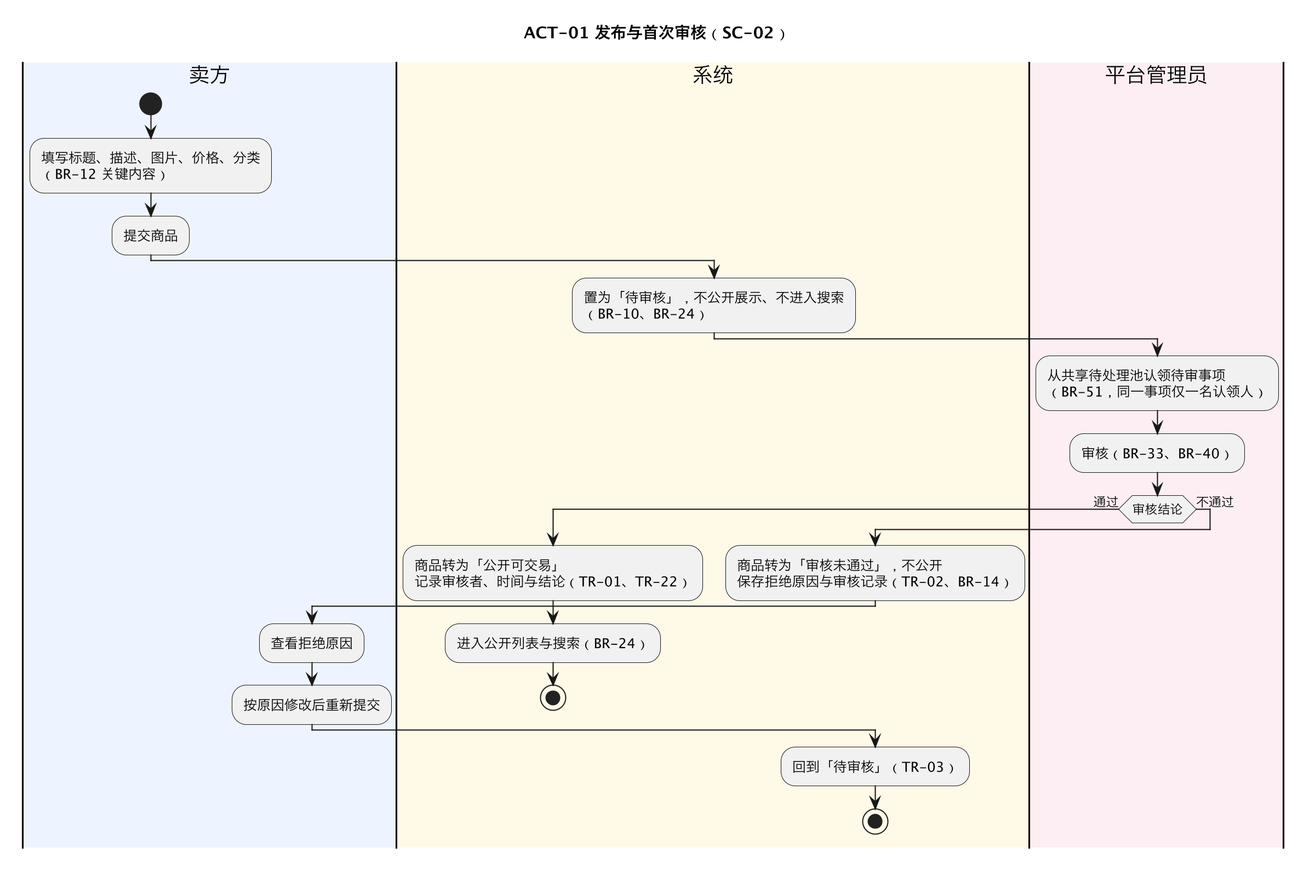
This is docs/appendices/rendered/ACT-01-发布与首次审核.png from iy88/se-course-project-1, a PlantUML export, as it was before one commit. The source it was exported from:
```plantuml
@startuml ACT-01
skinparamlocked dpi 200

title ACT-01 发布与首次审核（SC-02）

|#EEF4FF|卖方|
start
:填写标题、描述、图片、价格、分类\n（BR-12 关键内容）;
:提交商品;

|#FFF9E8|系统|
:置为「待审核」，不公开展示、不进入搜索\n（BR-10、BR-24）;

|#FDEEF4|平台管理员|
:从共享待处理池认领待审事项\n（BR-51，同一事项仅一名认领人）;
:审核（BR-33、BR-40）;

if (审核结论) then (通过)
  |#FFF9E8|系统|
  :商品转为「公开可交易」\n记录审核者、时间与结论（TR-01、TR-22）;
  :进入公开列表与搜索（BR-24）;
  stop
else (不通过)
  |#FFF9E8|系统|
  :商品转为「审核未通过」，不公开\n保存拒绝原因与审核记录（TR-02、BR-14）;
  |#EEF4FF|卖方|
  :查看拒绝原因;
  :按原因修改后重新提交;
  |#FFF9E8|系统|
  :回到「待审核」（TR-03）;
  stop
endif

@enduml
```
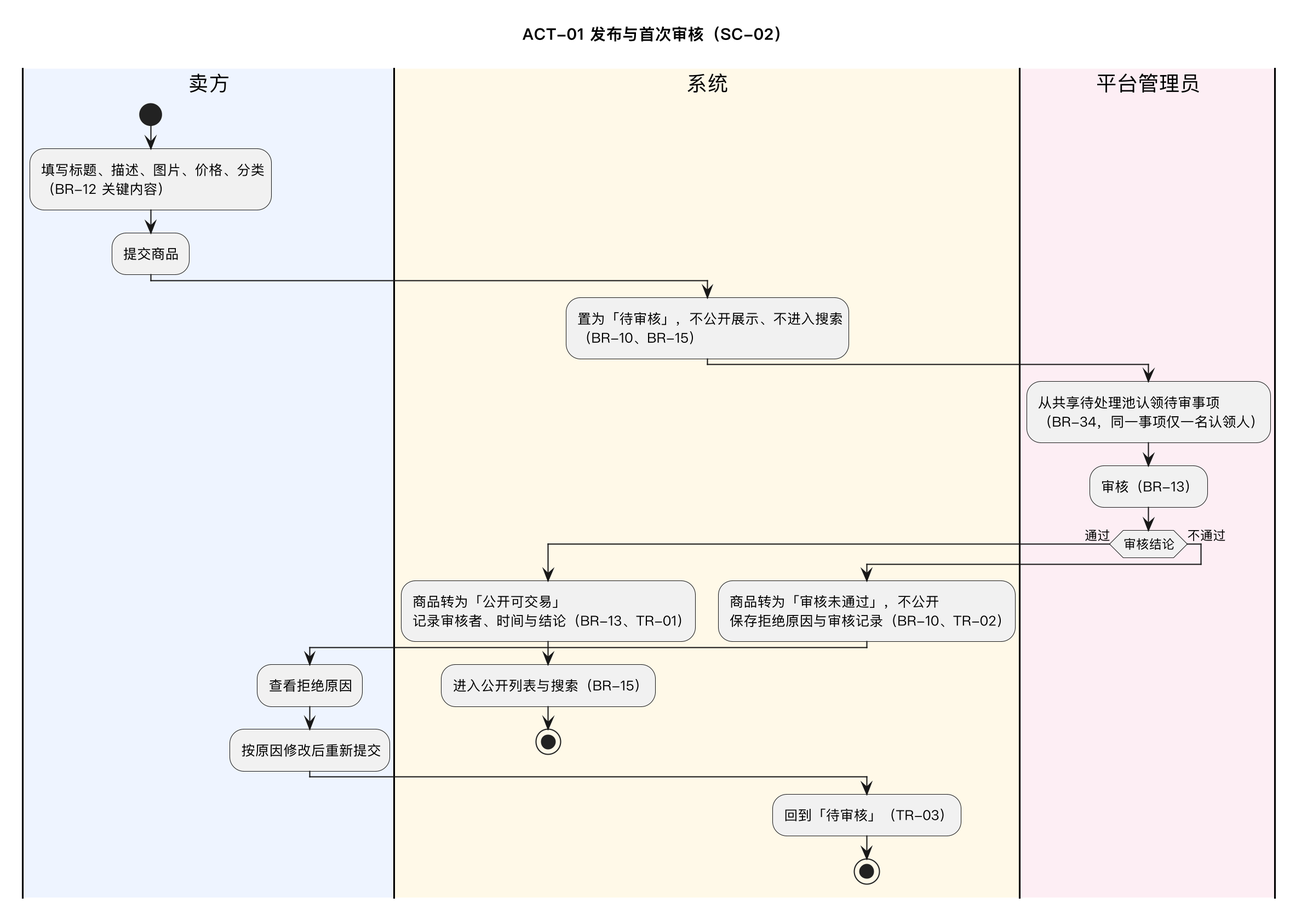
After the commit.

Diff of the diagram source:
```diff
@@ -1,5 +1,7 @@
 @startuml ACT-01
 skinparamlocked dpi 200
+
+skinparam defaultFontName "PingFang SC"
 
 title ACT-01 发布与首次审核（SC-02）
 
@@ -9,20 +11,20 @@
 :提交商品;
 
 |#FFF9E8|系统|
-:置为「待审核」，不公开展示、不进入搜索\n（BR-10、BR-24）;
+:置为「待审核」，不公开展示、不进入搜索\n（BR-10、BR-15）;
 
 |#FDEEF4|平台管理员|
-:从共享待处理池认领待审事项\n（BR-51，同一事项仅一名认领人）;
-:审核（BR-33、BR-40）;
+:从共享待处理池认领待审事项\n（BR-34，同一事项仅一名认领人）;
+:审核（BR-13）;
 
 if (审核结论) then (通过)
   |#FFF9E8|系统|
-  :商品转为「公开可交易」\n记录审核者、时间与结论（TR-01、TR-22）;
-  :进入公开列表与搜索（BR-24）;
+  :商品转为「公开可交易」\n记录审核者、时间与结论（BR-13、TR-01）;
+  :进入公开列表与搜索（BR-15）;
   stop
 else (不通过)
   |#FFF9E8|系统|
-  :商品转为「审核未通过」，不公开\n保存拒绝原因与审核记录（TR-02、BR-14）;
+  :商品转为「审核未通过」，不公开\n保存拒绝原因与审核记录（BR-10、TR-02）;
   |#EEF4FF|卖方|
   :查看拒绝原因;
   :按原因修改后重新提交;
```
